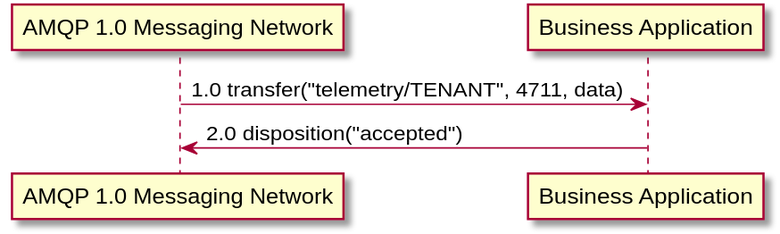
Before: site/documentation/content/api/consumeTelemetry_Success.svg, a diagram exported from PlantUML (eclipse-hono/hono). Source of this version:
```plantuml
@startuml
scale 1.2

participant "AMQP 1.0 Messaging Network"
participant "Business Application"

"AMQP 1.0 Messaging Network" -> "Business Application": 1.0 transfer("telemetry/TENANT", 4711, data)
"Business Application" -> "AMQP 1.0 Messaging Network": 2.0 disposition("accepted")
@enduml
```
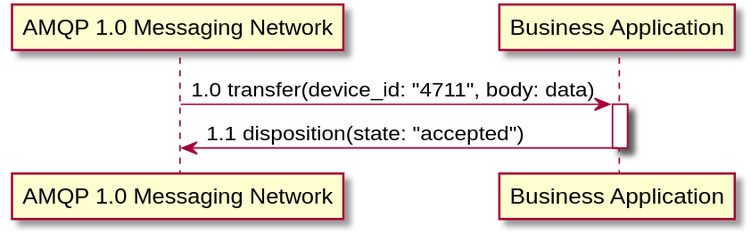
Later version of the same file.

Diff of the diagram source:
```diff
@@ -4,6 +4,6 @@
 participant "AMQP 1.0 Messaging Network"
 participant "Business Application"
 
-"AMQP 1.0 Messaging Network" -> "Business Application": 1.0 transfer("telemetry/TENANT", 4711, data)
-"Business Application" -> "AMQP 1.0 Messaging Network": 2.0 disposition("accepted")
+"AMQP 1.0 Messaging Network" -> "Business Application"+: 1.0 transfer(device_id: "4711", body: data)
+"Business Application" -> "AMQP 1.0 Messaging Network"-: 1.1 disposition(state: "accepted")
 @enduml
```
